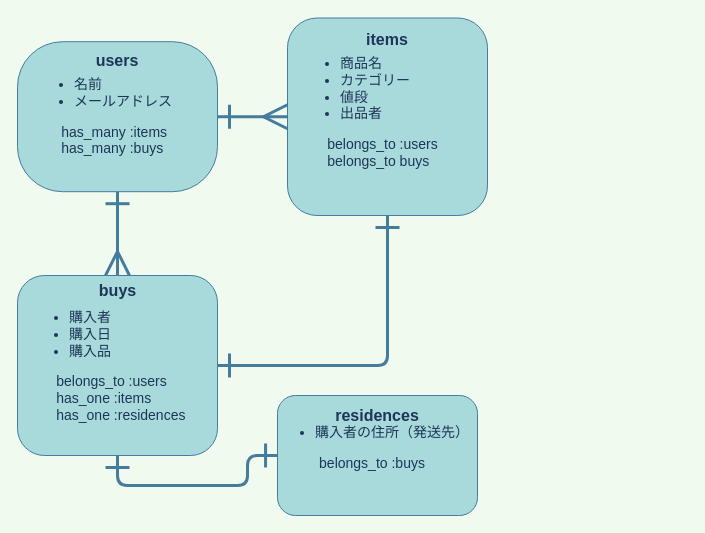
Above: er.dio in kuwatoro/furima--28654- (draw.io), before the change. Source tidied: cells renumbered, new cells numbered last; positions are measured from the earlier drawing's top-left corner, leaving out a move shared by most shapes. Both pictures are drawn from the tidied source at 100%, with x=0, y=0 at pixel (17, 17).
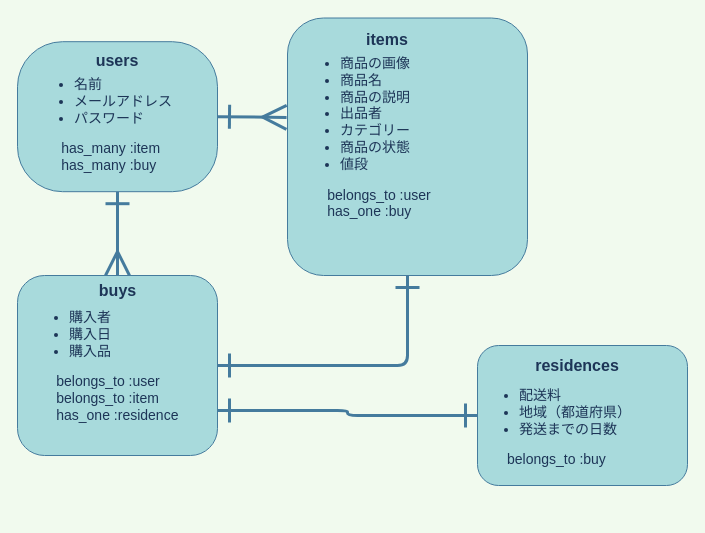
Above is the later version.

Commit message (it also covers changes not shown here):
データベース設計の修正

Diff of the diagram source:
```diff
@@
 <mxGraphModel background="#F1FAEE">
   <root>
     <mxCell id="0" />
     <mxCell id="1" parent="0" />
     <mxCell id="2" style="edgeStyle=orthogonalEdgeStyle;rounded=1;sketch=0;jumpStyle=sharp;jumpSize=21;jettySize=auto;html=1;exitX=0.5;exitY=1;exitDx=0;exitDy=0;entryX=1;entryY=0.5;entryDx=0;entryDy=0;startArrow=ERone;startFill=0;startSize=20;sourcePerimeterSpacing=0;endArrow=ERone;endFill=0;endSize=20;targetPerimeterSpacing=100;strokeColor=#457B9D;strokeWidth=3;fillColor=#A8DADC;fontColor=#1D3557;" parent="1" edge="1" source="3" target="8">
       <mxGeometry relative="1" as="geometry" />
     </mxCell>
     <mxCell id="3" style="whiteSpace=wrap;html=1;fontSize=16;align=center;verticalAlign=top;horizontal=1;textDirection=ltr;labelPosition=center;verticalLabelPosition=middle;rounded=1;fillColor=#A8DADC;strokeColor=#457B9D;fontColor=#1D3557;" parent="1" vertex="1">
-      <mxGeometry x="270" y="0.5" width="200" height="197.5" as="geometry" />
+      <mxGeometry x="270" y="0.5" width="240" height="257.5" as="geometry" />
     </mxCell>
-    <mxCell id="4" style="rounded=1;jettySize=auto;html=1;exitX=1;exitY=0.5;exitDx=0;exitDy=0;fontSize=14;fontColor=#1D3557;spacingTop=0;spacing=0;spacingRight=0;spacingBottom=0;startArrow=ERone;startFill=0;endArrow=ERmany;endFill=0;jumpSize=21;jumpStyle=sharp;strokeWidth=3;targetPerimeterSpacing=100;sourcePerimeterSpacing=0;labelBackgroundColor=#F1FAEE;strokeColor=#457B9D;endSize=20;startSize=20;entryX=0;entryY=0.5;entryDx=0;entryDy=0;" parent="1" edge="1" source="6" target="3">
+    <mxCell id="4" style="rounded=1;jettySize=auto;html=1;exitX=1;exitY=0.5;exitDx=0;exitDy=0;fontSize=14;fontColor=#1D3557;spacingTop=0;spacing=0;spacingRight=0;spacingBottom=0;startArrow=ERone;startFill=0;endArrow=ERmany;endFill=0;jumpSize=21;jumpStyle=sharp;strokeWidth=3;targetPerimeterSpacing=100;sourcePerimeterSpacing=0;labelBackgroundColor=#F1FAEE;strokeColor=#457B9D;endSize=20;startSize=20;entryX=-0.004;entryY=0.386;entryDx=0;entryDy=0;entryPerimeter=0;" parent="1" edge="1" source="6" target="3">
       <mxGeometry relative="1" as="geometry" />
     </mxCell>
     <mxCell id="5" style="edgeStyle=none;rounded=1;jumpStyle=sharp;jumpSize=21;jettySize=auto;html=1;startArrow=ERone;startFill=0;startSize=20;endArrow=ERmany;endFill=0;endSize=20;targetPerimeterSpacing=100;strokeWidth=3;fontSize=14;fontColor=#1D3557;entryX=0.5;entryY=0;entryDx=0;entryDy=0;labelBackgroundColor=#F1FAEE;strokeColor=#457B9D;sourcePerimeterSpacing=0;exitX=0.5;exitY=1;exitDx=0;exitDy=0;" parent="1" edge="1" source="6" target="8">
       <mxGeometry relative="1" as="geometry" />
     </mxCell>
     <mxCell id="6" value="&lt;div&gt;&lt;br&gt;&lt;/div&gt;" style="whiteSpace=wrap;html=1;fontSize=16;labelBackgroundColor=none;noLabel=1;rounded=1;fillColor=#A8DADC;strokeColor=#457B9D;fontColor=#1D3557;arcSize=30;" parent="1" vertex="1">
       <mxGeometry y="24.2" width="200" height="150" as="geometry" />
     </mxCell>
-    <mxCell id="7" style="edgeStyle=orthogonalEdgeStyle;rounded=1;sketch=0;jumpStyle=sharp;jumpSize=21;jettySize=auto;html=1;exitX=0.5;exitY=1;exitDx=0;exitDy=0;entryX=0.048;entryY=0.674;entryDx=0;entryDy=0;entryPerimeter=0;startArrow=ERone;startFill=0;startSize=20;sourcePerimeterSpacing=0;endArrow=ERone;endFill=0;endSize=20;targetPerimeterSpacing=100;strokeColor=#457B9D;strokeWidth=3;fillColor=#A8DADC;fontColor=#1D3557;" parent="1" edge="1" source="8" target="17">
-      <mxGeometry relative="1" as="geometry" />
-    </mxCell>
     <mxCell id="8" style="whiteSpace=wrap;html=1;fontSize=16;rounded=1;fillColor=#A8DADC;strokeColor=#457B9D;fontColor=#1D3557;" parent="1" vertex="1">
       <mxGeometry y="258" width="200" height="180" as="geometry" />
     </mxCell>
+    <mxCell id="18" style="edgeStyle=orthogonalEdgeStyle;rounded=1;sketch=0;jumpStyle=sharp;jumpSize=21;jettySize=auto;html=1;entryX=1;entryY=0.75;entryDx=0;entryDy=0;startArrow=ERone;startFill=0;startSize=20;sourcePerimeterSpacing=0;endArrow=ERone;endFill=0;endSize=20;targetPerimeterSpacing=100;strokeColor=#457B9D;strokeWidth=3;fillColor=#A8DADC;fontColor=#1D3557;" parent="1" edge="1" source="9" target="8">
+      <mxGeometry relative="1" as="geometry" />
+    </mxCell>
     <mxCell id="9" style="whiteSpace=wrap;html=1;fontSize=16;rounded=1;fontStyle=1;fillColor=#A8DADC;strokeColor=#457B9D;fontColor=#1D3557;" parent="1" vertex="1">
-      <mxGeometry x="260" y="378" width="200" height="120" as="geometry" />
+      <mxGeometry x="460" y="328" width="210" height="140" as="geometry" />
     </mxCell>
     <mxCell id="10" value="items" style="text;html=1;strokeColor=none;fillColor=none;align=center;verticalAlign=middle;whiteSpace=wrap;fontSize=16;fontStyle=1;rounded=1;fontColor=#1D3557;" parent="1" vertex="1">
       <mxGeometry x="335" y="8" width="70" height="27.5" as="geometry" />
     </mxCell>
-    <mxCell id="11" value="&lt;ul style=&quot;font-size: 14px&quot;&gt;&lt;li style=&quot;font-size: 14px&quot;&gt;商品名&lt;/li&gt;&lt;li style=&quot;font-size: 14px&quot;&gt;カテゴリー&lt;/li&gt;&lt;li style=&quot;font-size: 14px&quot;&gt;値段&lt;/li&gt;&lt;li style=&quot;font-size: 14px&quot;&gt;出品者&lt;/li&gt;&lt;/ul&gt;&lt;div&gt;&amp;nbsp; &amp;nbsp; &amp;nbsp; &amp;nbsp;belongs_to :users&lt;/div&gt;&lt;div&gt;&amp;nbsp; &amp;nbsp; &amp;nbsp; &amp;nbsp;belongs_to buys&lt;/div&gt;&lt;div&gt;&amp;nbsp; &amp;nbsp; &amp;nbsp; &amp;nbsp;&lt;/div&gt;" style="text;html=1;align=left;verticalAlign=top;whiteSpace=wrap;fontSize=14;rounded=1;spacing=0;fontColor=#1D3557;" parent="1" vertex="1">
-      <mxGeometry x="282.5" y="19.2" width="175" height="160" as="geometry" />
+    <mxCell id="11" value="&lt;ul style=&quot;font-size: 14px&quot;&gt;&lt;li style=&quot;font-size: 14px&quot;&gt;商品の画像&lt;/li&gt;&lt;li style=&quot;font-size: 14px&quot;&gt;商品名　　&lt;/li&gt;&lt;li style=&quot;font-size: 14px&quot;&gt;商品の説明&lt;/li&gt;&lt;li style=&quot;font-size: 14px&quot;&gt;出品者&lt;/li&gt;&lt;li style=&quot;font-size: 14px&quot;&gt;カテゴリー　　&lt;/li&gt;&lt;li style=&quot;font-size: 14px&quot;&gt;商品の状態&lt;/li&gt;&lt;li style=&quot;font-size: 14px&quot;&gt;値段&lt;/li&gt;&lt;/ul&gt;&lt;div&gt;&amp;nbsp; &amp;nbsp; &amp;nbsp; &amp;nbsp;belongs_to :user&lt;/div&gt;&lt;div&gt;&amp;nbsp; &amp;nbsp; &amp;nbsp; &amp;nbsp;has_one :buy&lt;/div&gt;&lt;div&gt;&amp;nbsp; &amp;nbsp; &amp;nbsp; &amp;nbsp;&lt;/div&gt;" style="text;html=1;align=left;verticalAlign=top;whiteSpace=wrap;fontSize=14;rounded=1;spacing=0;fontColor=#1D3557;" parent="1" vertex="1">
+      <mxGeometry x="282.5" y="19.2" width="227.5" height="228.8" as="geometry" />
     </mxCell>
-    <mxCell id="12" value="&lt;ul style=&quot;font-size: 14px&quot;&gt;&lt;li style=&quot;font-size: 14px&quot;&gt;名前&lt;/li&gt;&lt;li style=&quot;font-size: 14px&quot;&gt;メールアドレス&lt;/li&gt;&lt;/ul&gt;&lt;div&gt;&amp;nbsp; &amp;nbsp; &amp;nbsp; &amp;nbsp;has_many :items&lt;/div&gt;&lt;div&gt;&amp;nbsp; &amp;nbsp; &amp;nbsp; &amp;nbsp;has_many :buys&lt;/div&gt;" style="text;html=1;strokeColor=none;fillColor=none;align=left;verticalAlign=top;whiteSpace=wrap;fontSize=14;rounded=1;arcSize=22;fontColor=#1D3557;" parent="1" vertex="1">
+    <mxCell id="12" value="&lt;ul style=&quot;font-size: 14px&quot;&gt;&lt;li style=&quot;font-size: 14px&quot;&gt;名前&lt;/li&gt;&lt;li style=&quot;font-size: 14px&quot;&gt;メールアドレス&lt;/li&gt;&lt;li style=&quot;font-size: 14px&quot;&gt;パスワード&lt;/li&gt;&lt;/ul&gt;&lt;div&gt;&amp;nbsp; &amp;nbsp; &amp;nbsp; &amp;nbsp;has_many :item&lt;/div&gt;&lt;div&gt;&amp;nbsp; &amp;nbsp; &amp;nbsp; &amp;nbsp;has_many :buy&lt;/div&gt;" style="text;html=1;strokeColor=none;fillColor=none;align=left;verticalAlign=top;whiteSpace=wrap;fontSize=14;rounded=1;arcSize=22;fontColor=#1D3557;" parent="1" vertex="1">
       <mxGeometry x="15" y="38" width="170" height="110" as="geometry" />
     </mxCell>
     <mxCell id="13" value="users" style="text;html=1;strokeColor=none;fillColor=none;align=center;verticalAlign=middle;whiteSpace=wrap;fontSize=16;fontStyle=1;rounded=1;fontColor=#1D3557;" parent="1" vertex="1">
       <mxGeometry x="65" y="28" width="70" height="30" as="geometry" />
     </mxCell>
     <mxCell id="14" value="buys" style="text;html=1;strokeColor=none;fillColor=none;align=center;verticalAlign=middle;whiteSpace=wrap;rounded=0;labelBackgroundColor=none;fontColor=#1D3557;fontSize=16;fontStyle=1;" parent="1" vertex="1">
       <mxGeometry x="57.5" y="258" width="85" height="30" as="geometry" />
     </mxCell>
-    <mxCell id="15" value="&lt;ul style=&quot;font-size: 14px&quot;&gt;&lt;li style=&quot;font-size: 14px&quot;&gt;購入者&lt;/li&gt;&lt;li style=&quot;font-size: 14px&quot;&gt;購入日&lt;/li&gt;&lt;li style=&quot;font-size: 14px&quot;&gt;購入品&lt;/li&gt;&lt;/ul&gt;&lt;div&gt;&amp;nbsp; &amp;nbsp; &amp;nbsp; &amp;nbsp;belongs_to :users&lt;/div&gt;&lt;div&gt;&amp;nbsp; &amp;nbsp; &amp;nbsp; &amp;nbsp;has_one :items&lt;/div&gt;&lt;div&gt;&amp;nbsp; &amp;nbsp; &amp;nbsp; &amp;nbsp;has_one :residences&lt;/div&gt;" style="text;html=1;strokeColor=none;fillColor=none;align=left;verticalAlign=top;whiteSpace=wrap;rounded=0;labelBackgroundColor=none;fontSize=14;fontColor=#1D3557;horizontal=1;" parent="1" vertex="1">
+    <mxCell id="15" value="&lt;ul style=&quot;font-size: 14px&quot;&gt;&lt;li style=&quot;font-size: 14px&quot;&gt;購入者&lt;/li&gt;&lt;li style=&quot;font-size: 14px&quot;&gt;購入日&lt;/li&gt;&lt;li style=&quot;font-size: 14px&quot;&gt;購入品&lt;/li&gt;&lt;/ul&gt;&lt;div&gt;&amp;nbsp; &amp;nbsp; &amp;nbsp; &amp;nbsp;belongs_to :user&lt;/div&gt;&lt;div&gt;&amp;nbsp; &amp;nbsp; &amp;nbsp; &amp;nbsp;belongs_to :item&lt;/div&gt;&lt;div&gt;&amp;nbsp; &amp;nbsp; &amp;nbsp; &amp;nbsp;has_one :residence&lt;/div&gt;" style="text;html=1;strokeColor=none;fillColor=none;align=left;verticalAlign=top;whiteSpace=wrap;rounded=0;labelBackgroundColor=none;fontSize=14;fontColor=#1D3557;horizontal=1;" parent="1" vertex="1">
       <mxGeometry x="10" y="270.5" width="170" height="155" as="geometry" />
     </mxCell>
     <mxCell id="16" value="&lt;font size=&quot;1&quot;&gt;&lt;b style=&quot;font-size: 16px&quot;&gt;residences&lt;/b&gt;&lt;/font&gt;" style="text;html=1;strokeColor=none;fillColor=none;align=center;verticalAlign=middle;whiteSpace=wrap;rounded=0;labelBackgroundColor=none;fontSize=14;fontColor=#1D3557;" parent="1" vertex="1">
-      <mxGeometry x="310" y="378" width="100" height="40" as="geometry" />
+      <mxGeometry x="510" y="328" width="100" height="40" as="geometry" />
     </mxCell>
-    <mxCell id="17" value="&lt;ul&gt;&lt;li&gt;購入者の住所（発送先）&lt;/li&gt;&lt;/ul&gt;&lt;div&gt;belongs_to :buys&lt;/div&gt;" style="text;html=1;strokeColor=none;fillColor=none;align=center;verticalAlign=middle;whiteSpace=wrap;rounded=0;labelBackgroundColor=none;fontSize=14;fontColor=#1D3557;" parent="1" vertex="1">
-      <mxGeometry x="250" y="378" width="210" height="89" as="geometry" />
+    <mxCell id="17" value="&lt;ul&gt;&lt;li&gt;配送料　&lt;/li&gt;&lt;li&gt;地域（都道府県）&lt;/li&gt;&lt;li&gt;発送までの日数&lt;/li&gt;&lt;/ul&gt;&lt;div&gt;　　belongs_to :buy&lt;/div&gt;" style="text;html=1;strokeColor=none;fillColor=none;align=left;verticalAlign=middle;whiteSpace=wrap;rounded=0;labelBackgroundColor=none;fontSize=14;fontColor=#1D3557;" parent="1" vertex="1">
+      <mxGeometry x="460" y="348" width="210" height="109" as="geometry" />
     </mxCell>
   </root>
 </mxGraphModel>
```
